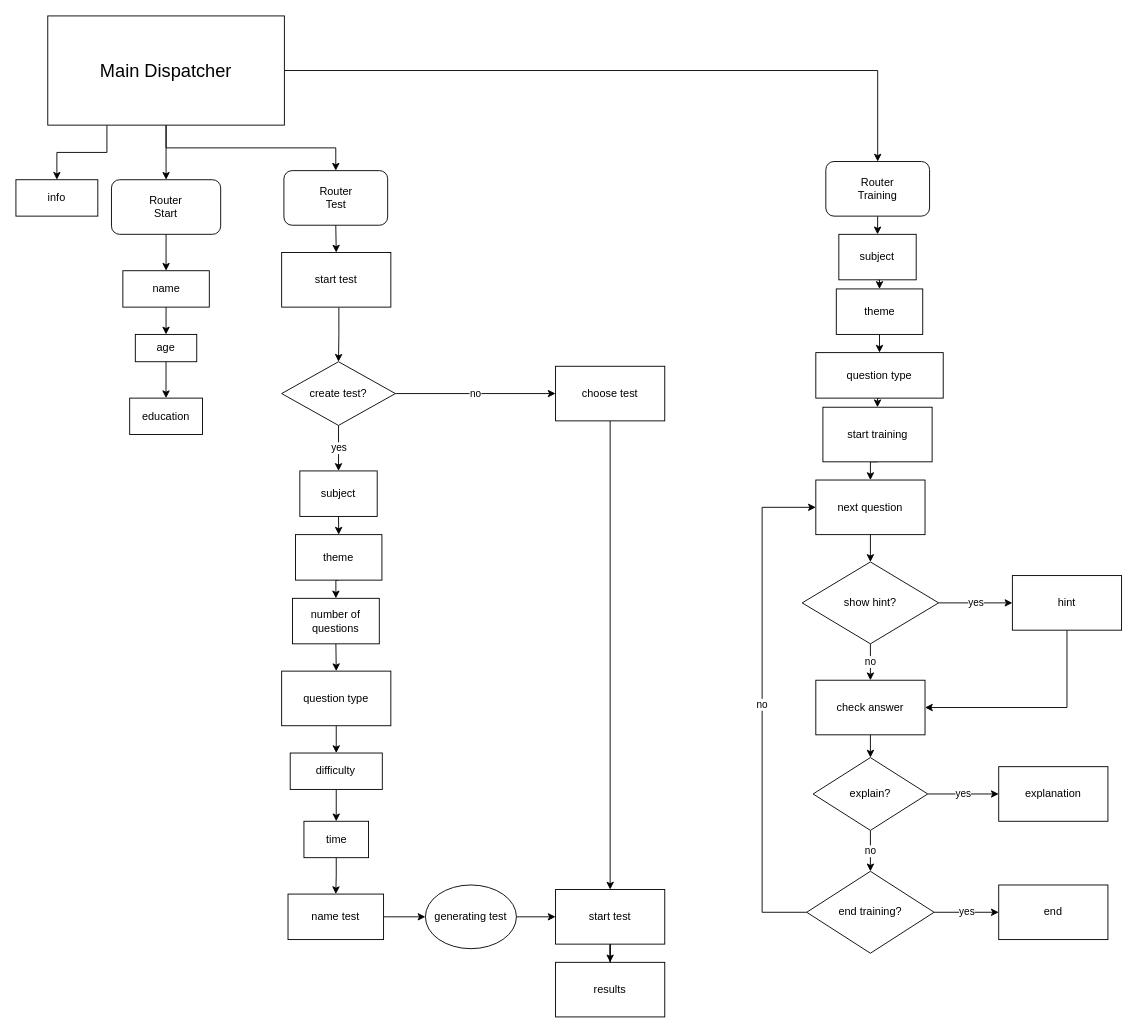
The draw.io diagram bot.drawio in KGr1sha/TesterBot, before the edit. Source tidied: cells renumbered, new cells numbered last; positions are measured from the earlier drawing's top-left corner, leaving out a move shared by most shapes. Both pictures are drawn from the tidied source at 91%, with x=0, y=0 at pixel (15, 15).
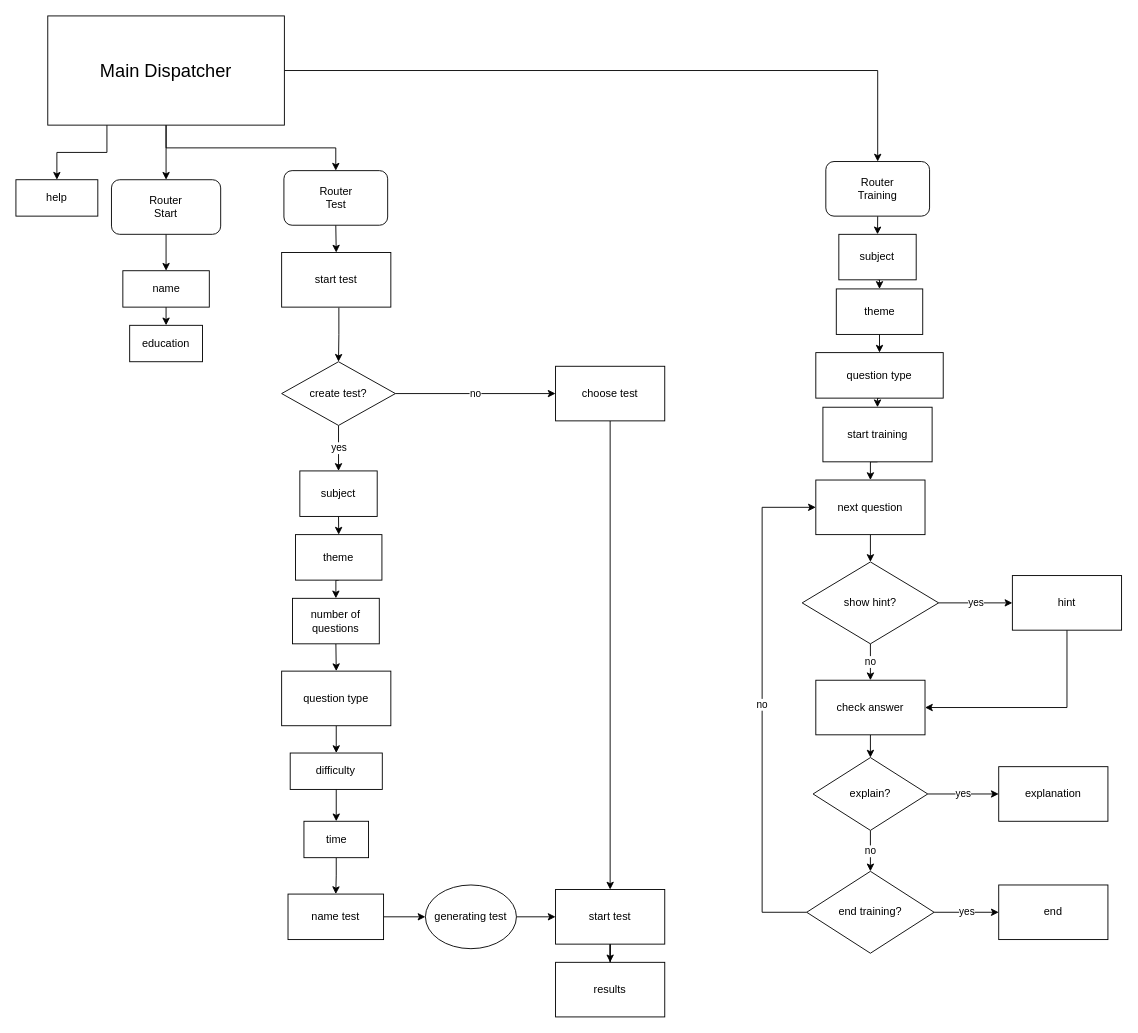
Above is the later version.

The change refers to these unchanged cells:
```xml
<mxCell id="17" value="name" style="rounded=0;whiteSpace=wrap;html=1;" parent="1" vertex="1">
  <mxGeometry x="117.5" y="280" width="95" height="40" as="geometry" />
</mxCell>
```

The edit, as a diff of the source:
```diff
@@
-    <mxCell id="13" value="info" style="rounded=0;whiteSpace=wrap;html=1;" parent="1" vertex="1">
+    <mxCell id="13" value="help" style="rounded=0;whiteSpace=wrap;html=1;" parent="1" vertex="1">
       <mxGeometry y="180" width="90" height="40" as="geometry" />
     </mxCell>
@@
-    <mxCell id="16" style="edgeStyle=orthogonalEdgeStyle;rounded=0;jettySize=auto;html=1;exitX=0.5;exitY=1;exitDx=0;exitDy=0;entryX=0.5;entryY=0;entryDx=0;entryDy=0;" parent="1" edge="1" source="17" target="20">
+    <mxCell id="16" style="edgeStyle=orthogonalEdgeStyle;rounded=0;jettySize=auto;html=1;exitX=0.5;exitY=1;exitDx=0;exitDy=0;entryX=0.5;entryY=0;entryDx=0;entryDy=0;" parent="1" edge="1" source="17" target="18">
       <mxGeometry relative="1" as="geometry" />
     </mxCell>
@@
     <mxCell id="18" value="education" style="rounded=0;whiteSpace=wrap;html=1;" parent="1" vertex="1">
-      <mxGeometry x="125" y="420" width="80" height="40" as="geometry" />
+      <mxGeometry x="125" y="340" width="80" height="40" as="geometry" />
     </mxCell>
-    <mxCell id="19" style="edgeStyle=orthogonalEdgeStyle;rounded=0;jettySize=auto;html=1;exitX=0.5;exitY=1;exitDx=0;exitDy=0;" parent="1" edge="1" source="20" target="18">
-      <mxGeometry relative="1" as="geometry" />
-    </mxCell>
-    <mxCell id="20" value="age" style="rounded=0;whiteSpace=wrap;html=1;" parent="1" vertex="1">
-      <mxGeometry x="131.2" y="350" width="67.5" height="30" as="geometry" />
-    </mxCell>
```
